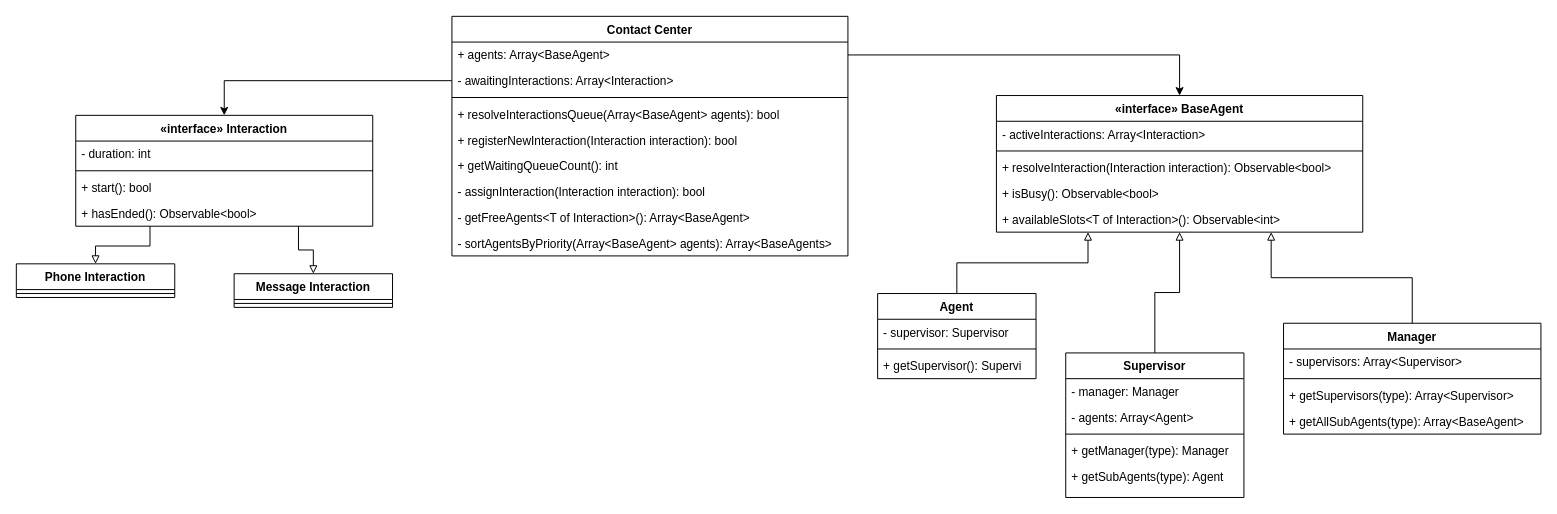
Earlier version of the draw.io diagram Vonage-Challenge.drawio (dvelluto/vonage-challenge). Source tidied: cells renumbered, new cells numbered last; positions are measured from the earlier drawing's top-left corner, leaving out a move shared by most shapes. Both pictures are drawn from the tidied source at 99%, with x=0, y=0 at pixel (16, 16).
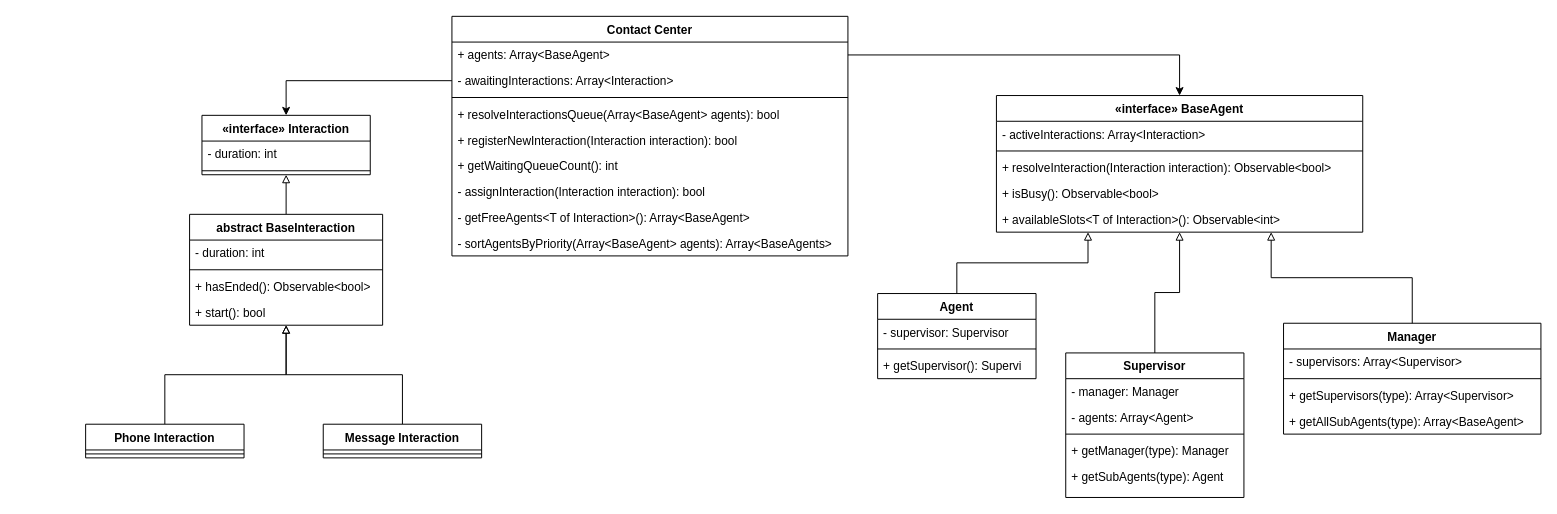
After the change.

Change to the diagram source:
```diff
@@
+    <mxCell id="49" style="edgeStyle=orthogonalEdgeStyle;rounded=0;jettySize=auto;html=1;startArrow=none;startFill=0;endArrow=block;endFill=0;" parent="1" edge="1" source="2" target="52">
+      <mxGeometry relative="1" as="geometry" />
+    </mxCell>
     <mxCell id="2" value="Message Interaction" style="swimlane;fontStyle=1;align=center;verticalAlign=top;horizontal=1;startSize=26;" parent="1" vertex="1">
-      <mxGeometry x="220" y="260" width="160" height="34" as="geometry" />
+      <mxGeometry x="310" y="412" width="160" height="34" as="geometry" />
     </mxCell>
@@
+    <mxCell id="50" style="edgeStyle=orthogonalEdgeStyle;rounded=0;jettySize=auto;html=1;startArrow=none;startFill=0;endArrow=block;endFill=0;" parent="1" edge="1" source="4" target="52">
+      <mxGeometry relative="1" as="geometry" />
+    </mxCell>
     <mxCell id="4" value="Phone Interaction" style="swimlane;fontStyle=1;align=center;verticalAlign=top;horizontal=1;startSize=26;" parent="1" vertex="1">
-      <mxGeometry y="250" width="160" height="34" as="geometry" />
+      <mxGeometry x="70" y="412" width="160" height="34" as="geometry" />
     </mxCell>
@@
-    <mxCell id="31" style="edgeStyle=orthogonalEdgeStyle;rounded=0;jettySize=auto;html=1;exitX=0.25;exitY=1;exitDx=0;exitDy=0;endArrow=block;endFill=0;" parent="1" edge="1" source="34" target="4">
-      <mxGeometry relative="1" as="geometry" />
-    </mxCell>
-    <mxCell id="32" style="edgeStyle=orthogonalEdgeStyle;rounded=0;jettySize=auto;html=1;exitX=0.75;exitY=1;exitDx=0;exitDy=0;entryX=0.5;entryY=0;entryDx=0;entryDy=0;endArrow=block;endFill=0;" parent="1" edge="1" source="34" target="2">
-      <mxGeometry relative="1" as="geometry" />
-    </mxCell>
@@
+    <mxCell id="51" style="edgeStyle=orthogonalEdgeStyle;rounded=0;jettySize=auto;html=1;exitX=0.5;exitY=1;exitDx=0;exitDy=0;entryX=0.5;entryY=0;entryDx=0;entryDy=0;endArrow=none;endFill=0;startArrow=block;startFill=0;" parent="1" edge="1" source="34" target="52">
+      <mxGeometry relative="1" as="geometry" />
+    </mxCell>
     <mxCell id="34" value="«interface» Interaction" style="swimlane;fontStyle=1;align=center;verticalAlign=top;horizontal=1;startSize=26;" parent="1" vertex="1">
-      <mxGeometry x="60" y="100" width="300" height="112" as="geometry" />
+      <mxGeometry x="187.5" y="100" width="170" height="60" as="geometry" />
     </mxCell>
     <mxCell id="35" value="- duration: int" style="text;strokeColor=none;fillColor=none;align=left;verticalAlign=top;spacingLeft=4;spacingRight=4;overflow=hidden;" parent="34" vertex="1">
-      <mxGeometry y="26" width="300" height="26" as="geometry" />
+      <mxGeometry y="26" width="170" height="26" as="geometry" />
     </mxCell>
     <mxCell id="36" style="line;strokeWidth=1;fillColor=none;align=left;verticalAlign=middle;spacingTop=-1;spacingLeft=3;spacingRight=3;labelPosition=right;" parent="34" vertex="1">
-      <mxGeometry y="52" width="300" height="8" as="geometry" />
+      <mxGeometry y="52" width="170" height="8" as="geometry" />
     </mxCell>
-    <mxCell id="37" value="+ start(): bool" style="text;strokeColor=none;fillColor=none;align=left;verticalAlign=top;spacingLeft=4;spacingRight=4;overflow=hidden;" parent="34" vertex="1">
-      <mxGeometry y="60" width="300" height="26" as="geometry" />
-    </mxCell>
-    <mxCell id="38" value="+ hasEnded(): Observable&lt;bool&gt;" style="text;strokeColor=none;fillColor=none;align=left;verticalAlign=top;spacingLeft=4;spacingRight=4;overflow=hidden;" parent="34" vertex="1">
-      <mxGeometry y="86" width="300" height="26" as="geometry" />
-    </mxCell>
@@
+    <mxCell id="52" value="abstract BaseInteraction" style="swimlane;fontStyle=1;align=center;verticalAlign=top;horizontal=1;startSize=26;" parent="1" vertex="1">
+      <mxGeometry x="175" y="200" width="195" height="112" as="geometry" />
+    </mxCell>
+    <mxCell id="53" value="- duration: int" style="text;strokeColor=none;fillColor=none;align=left;verticalAlign=top;spacingLeft=4;spacingRight=4;overflow=hidden;" parent="52" vertex="1">
+      <mxGeometry y="26" width="195" height="26" as="geometry" />
+    </mxCell>
+    <mxCell id="54" style="line;strokeWidth=1;fillColor=none;align=left;verticalAlign=middle;spacingTop=-1;spacingLeft=3;spacingRight=3;labelPosition=right;" parent="52" vertex="1">
+      <mxGeometry y="52" width="195" height="8" as="geometry" />
+    </mxCell>
+    <mxCell id="38" value="+ hasEnded(): Observable&lt;bool&gt;" style="text;strokeColor=none;fillColor=none;align=left;verticalAlign=top;spacingLeft=4;spacingRight=4;overflow=hidden;" parent="52" vertex="1">
+      <mxGeometry y="60" width="195" height="26" as="geometry" />
+    </mxCell>
+    <mxCell id="37" value="+ start(): bool" style="text;strokeColor=none;fillColor=none;align=left;verticalAlign=top;spacingLeft=4;spacingRight=4;overflow=hidden;" parent="52" vertex="1">
+      <mxGeometry y="86" width="195" height="26" as="geometry" />
+    </mxCell>
```
